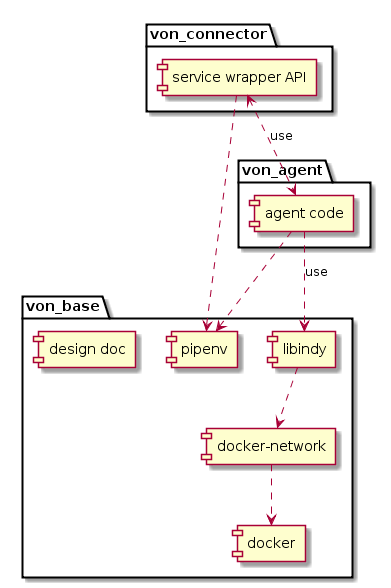
The PlantUML diagram doc/pic/package.png in PSPC-SPAC-buyandsell/von_base, before a commit.
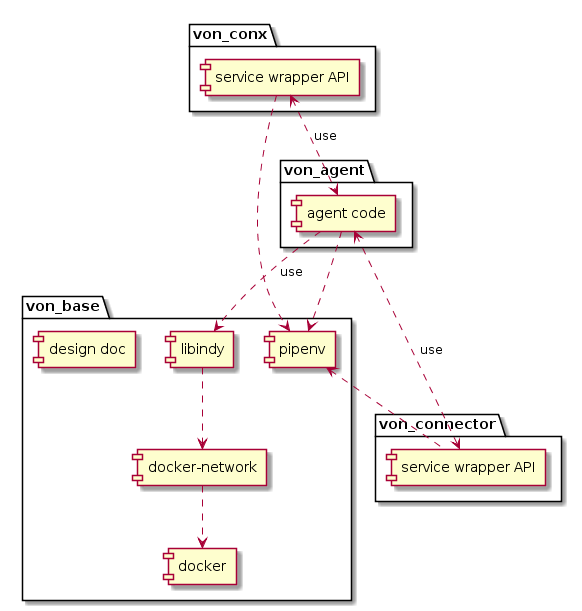
After the commit.

Commit message:
Include von_conx, schema & claim-def caches

Change to the diagram source:
```diff
@@ -1,4 +1,5 @@
 @startuml
+
 package von_base {
     [docker] as docker
     [libindy] as libindy
@@ -11,13 +12,19 @@
     [agent code] as agent_code
 }
 
-package von_connector {
-    [service wrapper API] as service_wrapper_api
+package von_conx {
+    [service wrapper API] as von_conx_service_wrapper_api
 }
 
-service_wrapper_api ..> pipenv
+package von_connector {
+    [service wrapper API] as von_conn_service_wrapper_api
+}
+
+von_conx_service_wrapper_api ..> pipenv
+von_conx_service_wrapper_api <..> agent_code: use
+von_conn_service_wrapper_api .up.> pipenv
+von_conn_service_wrapper_api <.up.> agent_code: use
 agent_code ..> pipenv
-service_wrapper_api <..> agent_code: use
 agent_code ..> libindy: use
 libindy .down.> docker_network
 docker_network .down.>docker
```
